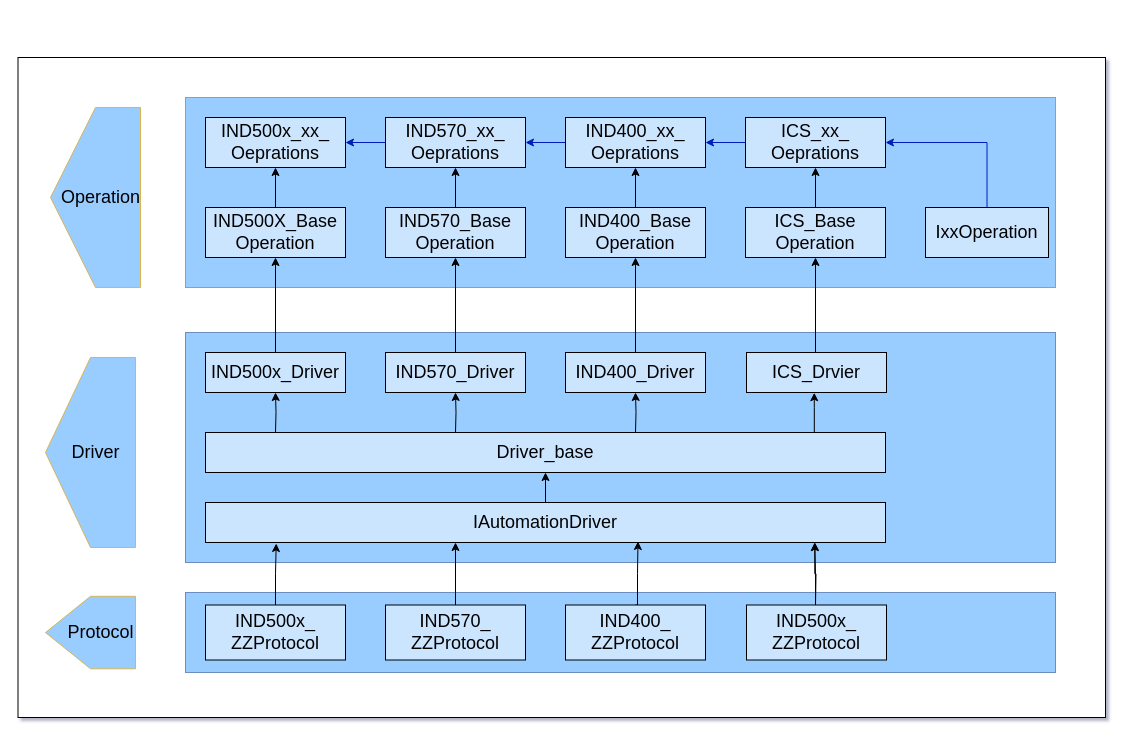
This is 未命名绘图.drawio from WindMoon111/hello_world, a draw.io file, before an edit. Source tidied: cells renumbered, new cells numbered last; positions are measured from the earlier drawing's top-left corner, leaving out a move shared by most shapes. Both pictures are drawn from the tidied source at 100%, with x=0, y=0 at pixel (17, 57).
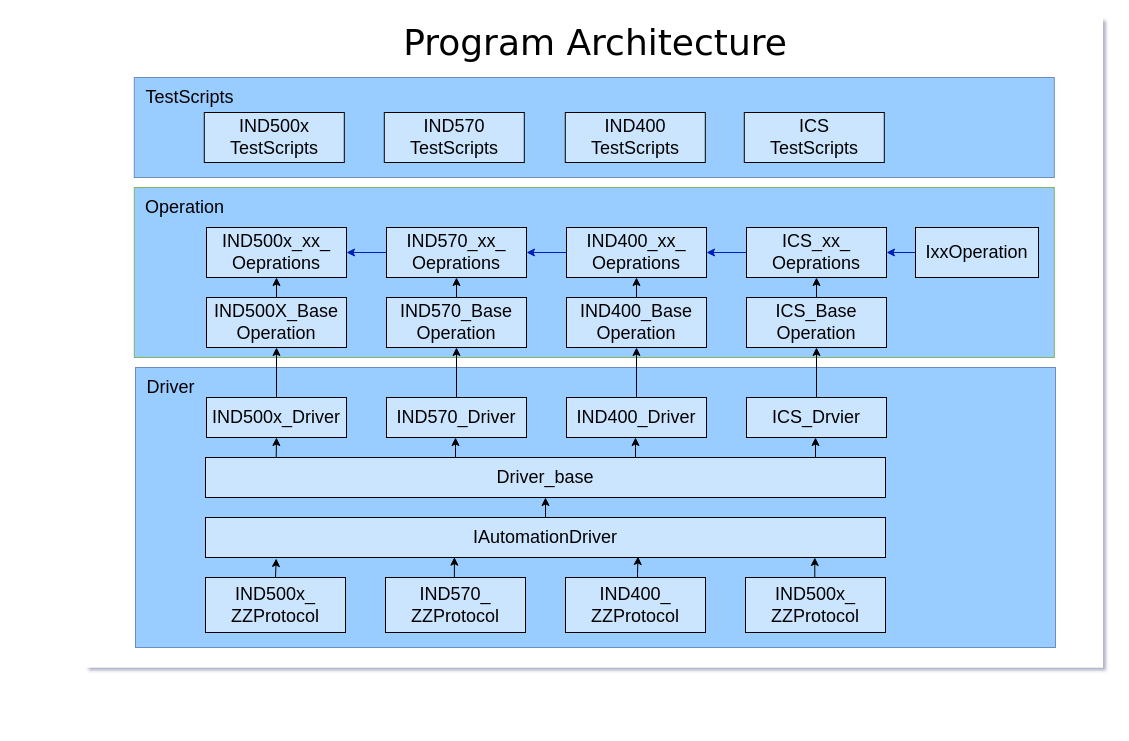
The same page after the edit.

Commit message:
更新未命名绘图.drawio

Change to the diagram source:
```diff
@@
-    <mxCell id="2" style="rounded=0;whiteSpace=wrap;html=1;" parent="1" vertex="1">
-      <mxGeometry x="0.5" width="1087.5" height="660" as="geometry" />
+    <mxCell id="2" style="rounded=0;whiteSpace=wrap;html=1;shadow=0;strokeColor=none;" parent="1" vertex="1">
+      <mxGeometry x="68" y="-40" width="1017.5" height="650" as="geometry" />
     </mxCell>
     <mxCell id="3" style="rounded=0;whiteSpace=wrap;html=1;fillColor=#99CCFF;strokeColor=#6c8ebf;" parent="1" vertex="1">
-      <mxGeometry x="168" y="275" width="870" height="230" as="geometry" />
+      <mxGeometry x="118" y="310" width="920" height="280" as="geometry" />
     </mxCell>
     <mxCell id="4" style="rounded=0;whiteSpace=wrap;html=1;fillColor=#99CCFF;strokeColor=#6c8ebf;" parent="1" vertex="1">
-      <mxGeometry x="168" y="535" width="870" height="80" as="geometry" />
+      <mxGeometry x="116.8" y="20" width="920" height="100" as="geometry" />
     </mxCell>
     <mxCell id="5" style="rounded=0;whiteSpace=wrap;html=1;fillColor=#99CCFF;strokeColor=#82b366;" parent="1" vertex="1">
-      <mxGeometry x="168" y="40" width="870" height="190" as="geometry" />
+      <mxGeometry x="116.8" y="130" width="920" height="170" as="geometry" />
     </mxCell>
@@
     <mxCell id="7" value="&lt;font style=&quot;font-size: 18px;&quot;&gt;IND500x_&lt;br&gt;ZZProtocol&lt;/font&gt;" style="rounded=0;whiteSpace=wrap;html=1;fillColor=#CCE5FF;" parent="1" vertex="1">
-      <mxGeometry x="188" y="547.5" width="140" height="55" as="geometry" />
+      <mxGeometry x="188" y="520" width="140" height="55" as="geometry" />
     </mxCell>
-    <mxCell id="8" style="edgeStyle=orthogonalEdgeStyle;rounded=0;orthogonalLoop=1;jettySize=auto;html=1;exitX=0.5;exitY=0;exitDx=0;exitDy=0;" parent="1" edge="1">
+    <mxCell id="8" style="edgeStyle=orthogonalEdgeStyle;rounded=0;jettySize=auto;html=1;exitX=0.5;exitY=0;exitDx=0;exitDy=0;entryX=0.366;entryY=0.991;entryDx=0;entryDy=0;entryPerimeter=0;" parent="1" edge="1" target="11">
       <mxGeometry relative="1" as="geometry">
         <mxPoint x="438" y="547.5" as="sourcePoint" />
-        <mxPoint x="438" y="485" as="targetPoint" />
       </mxGeometry>
     </mxCell>
@@
     <mxCell id="11" value="&lt;font style=&quot;font-size: 18px;&quot;&gt;IAutomationDriver&lt;/font&gt;" style="rounded=0;whiteSpace=wrap;html=1;fillColor=#CCE5FF;" parent="1" vertex="1">
-      <mxGeometry x="188" y="445" width="680" height="40" as="geometry" />
+      <mxGeometry x="188" y="460" width="680" height="40" as="geometry" />
     </mxCell>
-    <mxCell id="12" style="edgeStyle=orthogonalEdgeStyle;rounded=0;jettySize=auto;html=1;fontSize=18;entryX=0.484;entryY=1.006;entryDx=0;entryDy=0;entryPerimeter=0;" parent="1" edge="1" source="13" target="23">
-      <mxGeometry relative="1" as="geometry">
-        <Array as="points">
-          <mxPoint x="797" y="350" />
-        </Array>
-      </mxGeometry>
-    </mxCell>
+    <mxCell id="53" style="edgeStyle=orthogonalEdgeStyle;rounded=0;jettySize=auto;html=1;" parent="1" edge="1" source="13" target="21">
+      <mxGeometry relative="1" as="geometry">
+        <Array as="points">
+          <mxPoint x="618" y="390" />
+          <mxPoint x="618" y="390" />
+        </Array>
+      </mxGeometry>
+    </mxCell>
+    <mxCell id="54" style="edgeStyle=orthogonalEdgeStyle;rounded=0;jettySize=auto;html=1;" parent="1" edge="1" source="13" target="19">
+      <mxGeometry relative="1" as="geometry">
+        <Array as="points">
+          <mxPoint x="438" y="390" />
+          <mxPoint x="438" y="390" />
+        </Array>
+      </mxGeometry>
+    </mxCell>
+    <mxCell id="55" style="edgeStyle=orthogonalEdgeStyle;rounded=0;jettySize=auto;html=1;entryX=0.5;entryY=1;entryDx=0;entryDy=0;exitX=0.104;exitY=-0.004;exitDx=0;exitDy=0;exitPerimeter=0;" parent="1" edge="1" source="13" target="17">
+      <mxGeometry relative="1" as="geometry" />
+    </mxCell>
     <mxCell id="13" value="&lt;font style=&quot;font-size: 18px;&quot;&gt;Driver_base&lt;/font&gt;" style="rounded=0;whiteSpace=wrap;html=1;fillColor=#CCE5FF;" parent="1" vertex="1">
-      <mxGeometry x="188" y="375" width="680" height="40" as="geometry" />
+      <mxGeometry x="188" y="400" width="680" height="40" as="geometry" />
     </mxCell>
@@
-    <mxCell id="16" style="edgeStyle=orthogonalEdgeStyle;rounded=0;jettySize=auto;html=1;exitX=0.5;exitY=0;exitDx=0;exitDy=0;entryX=0.5;entryY=1;entryDx=0;entryDy=0;" parent="1" edge="1" source="17" target="25">
-      <mxGeometry relative="1" as="geometry" />
-    </mxCell>
     <mxCell id="17" value="&lt;font style=&quot;font-size: 18px;&quot;&gt;IND500x_Driver&lt;/font&gt;" style="rounded=0;whiteSpace=wrap;html=1;fillColor=#CCE5FF;" parent="1" vertex="1">
-      <mxGeometry x="188" y="295" width="140" height="40" as="geometry" />
+      <mxGeometry x="189" y="340" width="140" height="40" as="geometry" />
     </mxCell>
@@
     <mxCell id="19" value="&lt;font style=&quot;font-size: 18px;&quot;&gt;IND570_Driver&lt;/font&gt;" style="rounded=0;whiteSpace=wrap;html=1;fillColor=#CCE5FF;" parent="1" vertex="1">
-      <mxGeometry x="368" y="295" width="140" height="40" as="geometry" />
+      <mxGeometry x="369" y="340" width="140" height="40" as="geometry" />
     </mxCell>
@@
     <mxCell id="21" value="&lt;font style=&quot;font-size: 18px;&quot;&gt;IND400_Driver&lt;/font&gt;" style="rounded=0;whiteSpace=wrap;html=1;fillColor=#CCE5FF;" parent="1" vertex="1">
-      <mxGeometry x="548" y="295" width="140" height="40" as="geometry" />
+      <mxGeometry x="549" y="340" width="140" height="40" as="geometry" />
     </mxCell>
-    <mxCell id="22" style="edgeStyle=orthogonalEdgeStyle;rounded=0;jettySize=auto;html=1;" parent="1" edge="1" target="31">
-      <mxGeometry relative="1" as="geometry">
-        <mxPoint x="800" y="295" as="sourcePoint" />
-        <Array as="points">
-          <mxPoint x="798" y="295" />
-        </Array>
-      </mxGeometry>
-    </mxCell>
     <mxCell id="23" value="&lt;font style=&quot;font-size: 18px;&quot;&gt;ICS_Drvier&lt;/font&gt;" style="rounded=0;whiteSpace=wrap;html=1;fillColor=#CCE5FF;" parent="1" vertex="1">
-      <mxGeometry x="729" y="295" width="140" height="40" as="geometry" />
+      <mxGeometry x="729" y="340" width="140" height="40" as="geometry" />
     </mxCell>
@@
     <mxCell id="25" value="&lt;font style=&quot;font-size: 18px;&quot;&gt;IND500X_Base&lt;br&gt;Operation&lt;/font&gt;" style="rounded=0;whiteSpace=wrap;html=1;fillColor=#CCE5FF;" parent="1" vertex="1">
-      <mxGeometry x="188" y="150" width="140" height="50" as="geometry" />
+      <mxGeometry x="189" y="240" width="140" height="50" as="geometry" />
     </mxCell>
@@
     <mxCell id="27" value="&lt;font style=&quot;font-size: 18px;&quot;&gt;IND570_Base&lt;br&gt;Operation&lt;/font&gt;" style="rounded=0;whiteSpace=wrap;html=1;fillColor=#CCE5FF;" parent="1" vertex="1">
-      <mxGeometry x="368" y="150" width="140" height="50" as="geometry" />
+      <mxGeometry x="369" y="240" width="140" height="50" as="geometry" />
     </mxCell>
@@
     <mxCell id="29" value="&lt;font style=&quot;font-size: 18px;&quot;&gt;IND400_Base&lt;br&gt;Operation&lt;/font&gt;" style="rounded=0;whiteSpace=wrap;html=1;fillColor=#CCE5FF;" parent="1" vertex="1">
-      <mxGeometry x="548" y="150" width="140" height="50" as="geometry" />
+      <mxGeometry x="549" y="240" width="140" height="50" as="geometry" />
     </mxCell>
@@
     <mxCell id="31" value="&lt;font style=&quot;font-size: 18px;&quot;&gt;ICS_Base&lt;br&gt;Operation&lt;/font&gt;" style="rounded=0;whiteSpace=wrap;html=1;fillColor=#CCE5FF;" parent="1" vertex="1">
-      <mxGeometry x="728" y="150" width="140" height="50" as="geometry" />
+      <mxGeometry x="729" y="240" width="140" height="50" as="geometry" />
     </mxCell>
-    <mxCell id="32" style="edgeStyle=orthogonalEdgeStyle;rounded=0;jettySize=auto;html=1;exitX=0.5;exitY=0;exitDx=0;exitDy=0;entryX=1;entryY=0.5;entryDx=0;entryDy=0;fillColor=#0050ef;strokeColor=#001DBC;" parent="1" edge="1" source="33" target="40">
+    <mxCell id="32" style="edgeStyle=orthogonalEdgeStyle;rounded=0;jettySize=auto;html=1;exitX=0;exitY=0.5;exitDx=0;exitDy=0;entryX=1;entryY=0.5;entryDx=0;entryDy=0;fillColor=#0050ef;strokeColor=#001DBC;" parent="1" edge="1" source="33" target="40">
       <mxGeometry relative="1" as="geometry" />
     </mxCell>
     <mxCell id="33" value="&lt;font style=&quot;font-size: 18px;&quot;&gt;IxxOperation&lt;/font&gt;" style="rounded=0;whiteSpace=wrap;html=1;fillColor=#CCE5FF;" parent="1" vertex="1">
-      <mxGeometry x="908" y="150" width="123" height="50" as="geometry" />
+      <mxGeometry x="898" y="170" width="123" height="50" as="geometry" />
     </mxCell>
     <mxCell id="34" value="&lt;font style=&quot;font-size: 18px;&quot;&gt;IND500x_xx_&lt;br&gt;Oeprations&lt;/font&gt;" style="rounded=0;whiteSpace=wrap;html=1;fillColor=#CCE5FF;" parent="1" vertex="1">
-      <mxGeometry x="188" y="60" width="140" height="50" as="geometry" />
+      <mxGeometry x="189" y="170" width="140" height="50" as="geometry" />
     </mxCell>
@@
     <mxCell id="36" value="&lt;font style=&quot;font-size: 18px;&quot;&gt;IND570_xx_&lt;br&gt;Oeprations&lt;/font&gt;" style="rounded=0;whiteSpace=wrap;html=1;fillColor=#CCE5FF;" parent="1" vertex="1">
-      <mxGeometry x="368" y="60" width="140" height="50" as="geometry" />
+      <mxGeometry x="369" y="170" width="140" height="50" as="geometry" />
     </mxCell>
@@
     <mxCell id="38" value="&lt;font style=&quot;font-size: 18px;&quot;&gt;IND400_xx_&lt;br&gt;Oeprations&lt;/font&gt;" style="rounded=0;whiteSpace=wrap;html=1;fillColor=#CCE5FF;" parent="1" vertex="1">
-      <mxGeometry x="548" y="60" width="140" height="50" as="geometry" />
+      <mxGeometry x="549" y="170" width="140" height="50" as="geometry" />
     </mxCell>
@@
     <mxCell id="40" value="&lt;font style=&quot;font-size: 18px;&quot;&gt;ICS_xx_&lt;br&gt;Oeprations&lt;/font&gt;" style="rounded=0;whiteSpace=wrap;html=1;fillColor=#CCE5FF;" parent="1" vertex="1">
-      <mxGeometry x="728" y="60" width="140" height="50" as="geometry" />
+      <mxGeometry x="729" y="170" width="140" height="50" as="geometry" />
     </mxCell>
-    <mxCell id="41" style="verticalLabelPosition=bottom;verticalAlign=top;html=1;shape=offPageConnector;rounded=0;size=0.5;fontSize=20;direction=south;fillColor=#99CCFF;strokeColor=#d6b656;" parent="1" vertex="1">
-      <mxGeometry x="33" y="50" width="90" height="180" as="geometry" />
-    </mxCell>
     <mxCell id="42" value="&lt;font style=&quot;font-size: 18px;&quot;&gt;Operation&lt;/font&gt;" style="text;html=1;align=center;verticalAlign=middle;strokeColor=none;fillColor=none;" parent="1" vertex="1">
-      <mxGeometry x="33" y="120" width="100" height="40" as="geometry" />
+      <mxGeometry x="116.8" y="130" width="100" height="40" as="geometry" />
     </mxCell>
-    <mxCell id="43" style="edgeStyle=orthogonalEdgeStyle;rounded=0;jettySize=auto;html=1;entryX=0.5;entryY=1;entryDx=0;entryDy=0;" parent="1" edge="1" target="17">
-      <mxGeometry relative="1" as="geometry">
-        <mxPoint x="258" y="375" as="sourcePoint" />
-      </mxGeometry>
-    </mxCell>
     <mxCell id="44" style="edgeStyle=orthogonalEdgeStyle;rounded=0;jettySize=auto;html=1;entryX=0.5;entryY=1;entryDx=0;entryDy=0;" parent="1" edge="1" target="13">
       <mxGeometry relative="1" as="geometry">
-        <mxPoint x="528" y="445" as="sourcePoint" />
+        <mxPoint x="528" y="460" as="sourcePoint" />
       </mxGeometry>
     </mxCell>
-    <mxCell id="45" style="verticalLabelPosition=bottom;verticalAlign=top;html=1;shape=offPageConnector;rounded=0;size=0.5;direction=south;fillColor=#99CCFF;strokeColor=#d6b656;" parent="1" vertex="1">
-      <mxGeometry x="28" y="300" width="90" height="190" as="geometry" />
-    </mxCell>
     <mxCell id="46" value="&lt;font style=&quot;font-size: 18px;&quot;&gt;Driver&lt;/font&gt;" style="text;html=1;align=center;verticalAlign=middle;strokeColor=none;fillColor=none;" parent="1" vertex="1">
-      <mxGeometry x="43" y="375" width="70" height="40" as="geometry" />
+      <mxGeometry x="118" y="310" width="70" height="40" as="geometry" />
     </mxCell>
-    <mxCell id="47" style="verticalLabelPosition=bottom;verticalAlign=top;html=1;shape=offPageConnector;rounded=0;size=0.5;direction=south;fillColor=#99CCFF;strokeColor=#d6b656;" parent="1" vertex="1">
-      <mxGeometry x="28" y="538.8" width="90" height="72.5" as="geometry" />
-    </mxCell>
-    <mxCell id="48" value="&lt;span style=&quot;font-size: 18px;&quot;&gt;Protocol&lt;/span&gt;" style="text;html=1;align=center;verticalAlign=middle;strokeColor=none;fillColor=none;" parent="1" vertex="1">
-      <mxGeometry x="38" y="555" width="90" height="40" as="geometry" />
-    </mxCell>
     <mxCell id="49" value="&lt;font style=&quot;font-size: 18px;&quot;&gt;IND570_&lt;br&gt;ZZProtocol&lt;/font&gt;" style="rounded=0;whiteSpace=wrap;html=1;fillColor=#CCE5FF;" parent="1" vertex="1">
-      <mxGeometry x="368" y="547.5" width="140" height="55" as="geometry" />
+      <mxGeometry x="368" y="520" width="140" height="55" as="geometry" />
     </mxCell>
     <mxCell id="50" value="&lt;font style=&quot;font-size: 18px;&quot;&gt;IND400_&lt;br&gt;ZZProtocol&lt;/font&gt;" style="rounded=0;whiteSpace=wrap;html=1;fillColor=#CCE5FF;" parent="1" vertex="1">
-      <mxGeometry x="548" y="547.5" width="140" height="55" as="geometry" />
+      <mxGeometry x="548" y="520" width="140" height="55" as="geometry" />
     </mxCell>
     <mxCell id="51" value="&lt;font style=&quot;font-size: 18px;&quot;&gt;IND500x_&lt;br&gt;ZZProtocol&lt;/font&gt;" style="rounded=0;whiteSpace=wrap;html=1;fillColor=#CCE5FF;" parent="1" vertex="1">
-      <mxGeometry x="729" y="547.5" width="140" height="55" as="geometry" />
+      <mxGeometry x="728" y="520" width="140" height="55" as="geometry" />
     </mxCell>
-    <mxCell id="52" style="edgeStyle=orthogonalEdgeStyle;rounded=0;jettySize=auto;html=1;exitX=0.5;exitY=0;exitDx=0;exitDy=0;entryX=0.896;entryY=1;entryDx=0;entryDy=0;entryPerimeter=0;" parent="1" edge="1" target="11">
-      <mxGeometry relative="1" as="geometry">
-        <mxPoint x="798" y="547.5" as="sourcePoint" />
-        <Array as="points">
-          <mxPoint x="798" y="516" />
-          <mxPoint x="797" y="516" />
-        </Array>
-      </mxGeometry>
-    </mxCell>
+    <mxCell id="56" value="&lt;font style=&quot;font-size: 18px;&quot;&gt;TestScripts&lt;/font&gt;" style="text;html=1;align=center;verticalAlign=middle;strokeColor=none;fillColor=none;" parent="1" vertex="1">
+      <mxGeometry x="116.8" y="20" width="110" height="40" as="geometry" />
+    </mxCell>
+    <mxCell id="57" value="&lt;font style=&quot;font-size: 18px;&quot;&gt;IND500x&lt;br&gt;&lt;span style=&quot;&quot;&gt;TestScripts&lt;/span&gt;&lt;br&gt;&lt;/font&gt;" style="rounded=0;whiteSpace=wrap;html=1;fillColor=#CCE5FF;" parent="1" vertex="1">
+      <mxGeometry x="186.8" y="55" width="140" height="50" as="geometry" />
+    </mxCell>
+    <mxCell id="58" value="&lt;font style=&quot;font-size: 18px;&quot;&gt;IND570&lt;br&gt;&lt;span style=&quot;&quot;&gt;TestScripts&lt;/span&gt;&lt;br&gt;&lt;/font&gt;" style="rounded=0;whiteSpace=wrap;html=1;fillColor=#CCE5FF;" parent="1" vertex="1">
+      <mxGeometry x="366.8" y="55" width="140" height="50" as="geometry" />
+    </mxCell>
+    <mxCell id="59" value="&lt;font style=&quot;font-size: 18px;&quot;&gt;IND400&lt;br&gt;&lt;span style=&quot;&quot;&gt;TestScripts&lt;/span&gt;&lt;br&gt;&lt;/font&gt;" style="rounded=0;whiteSpace=wrap;html=1;fillColor=#CCE5FF;" parent="1" vertex="1">
+      <mxGeometry x="547.8" y="55" width="140" height="50" as="geometry" />
+    </mxCell>
+    <mxCell id="60" value="&lt;font style=&quot;font-size: 18px;&quot;&gt;ICS&lt;br&gt;&lt;span style=&quot;&quot;&gt;TestScripts&lt;/span&gt;&lt;br&gt;&lt;/font&gt;" style="rounded=0;whiteSpace=wrap;html=1;fillColor=#CCE5FF;" parent="1" vertex="1">
+      <mxGeometry x="726.8" y="55" width="140" height="50" as="geometry" />
+    </mxCell>
+    <mxCell id="61" style="endArrow=classic;html=1;rounded=0;" parent="1" edge="1">
+      <mxGeometry relative="1" as="geometry">
+        <mxPoint x="798" y="400" as="sourcePoint" />
+        <mxPoint x="798" y="380" as="targetPoint" />
+      </mxGeometry>
+    </mxCell>
+    <mxCell id="16" style="edgeStyle=orthogonalEdgeStyle;rounded=0;jettySize=auto;html=1;exitX=0.5;exitY=0;exitDx=0;exitDy=0;entryX=0.5;entryY=1;entryDx=0;entryDy=0;" parent="1" edge="1" source="17" target="25">
+      <mxGeometry relative="1" as="geometry" />
+    </mxCell>
+    <mxCell id="62" style="edgeStyle=orthogonalEdgeStyle;rounded=0;jettySize=auto;html=1;exitX=0.5;exitY=0;exitDx=0;exitDy=0;entryX=0.5;entryY=1;entryDx=0;entryDy=0;" parent="1" edge="1" source="23" target="31">
+      <mxGeometry relative="1" as="geometry" />
+    </mxCell>
+    <mxCell id="63" value="&lt;font face=&quot;Verdana&quot; style=&quot;font-size: 36px;&quot;&gt;Program Architecture&lt;/font&gt;" style="text;html=1;strokeColor=none;fillColor=none;align=center;verticalAlign=middle;whiteSpace=wrap;rounded=0;" parent="1" vertex="1">
+      <mxGeometry x="313" y="-30" width="530" height="30" as="geometry" />
+    </mxCell>
```
